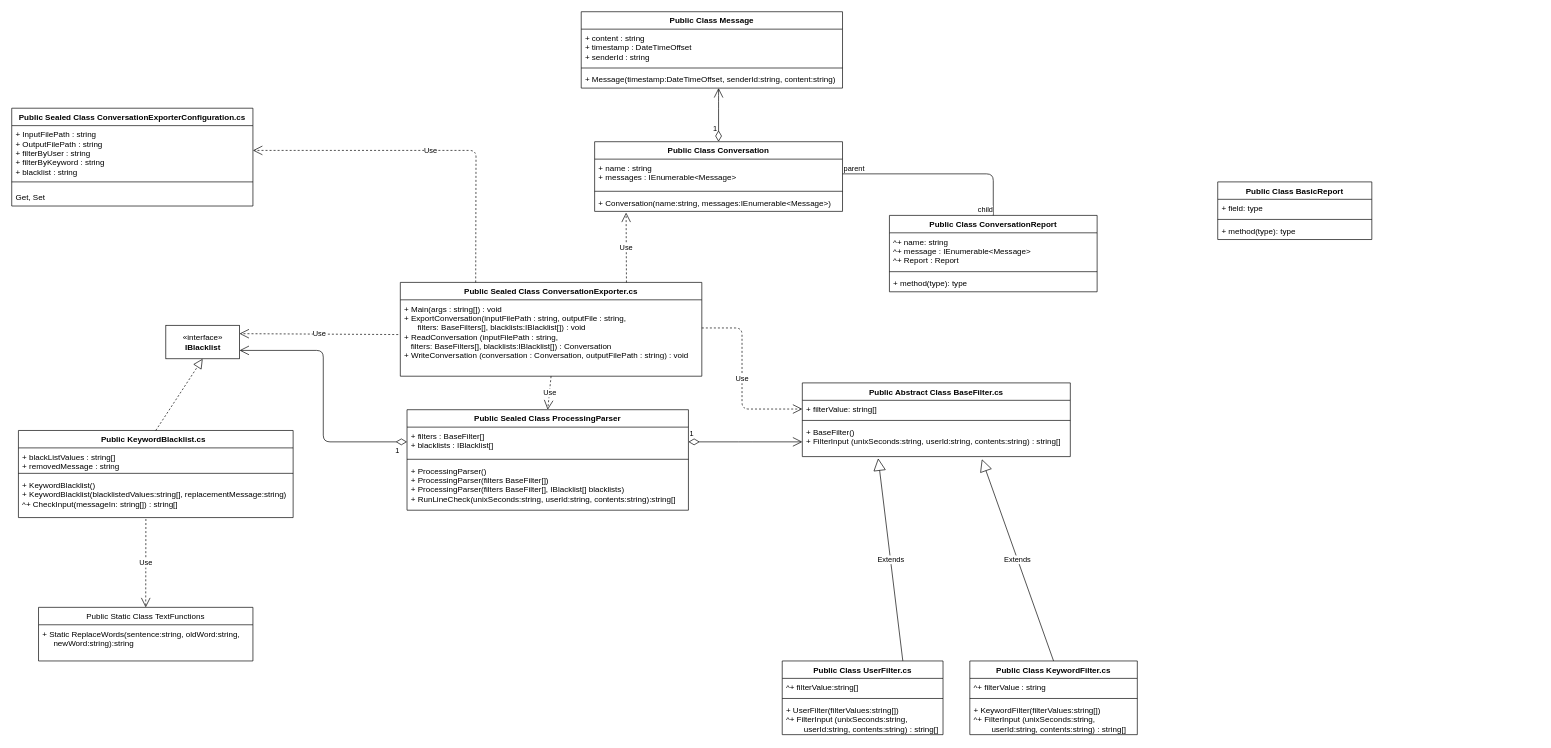
Before: MyChat UML.drawio in mindlink/my-chat-dotnet, a draw.io diagram. Source tidied: cells renumbered, new cells numbered last; positions are measured from the earlier drawing's top-left corner, leaving out a move shared by most shapes. Both pictures are drawn from the tidied source at 67%, with x=0, y=0 at pixel (11, 11).
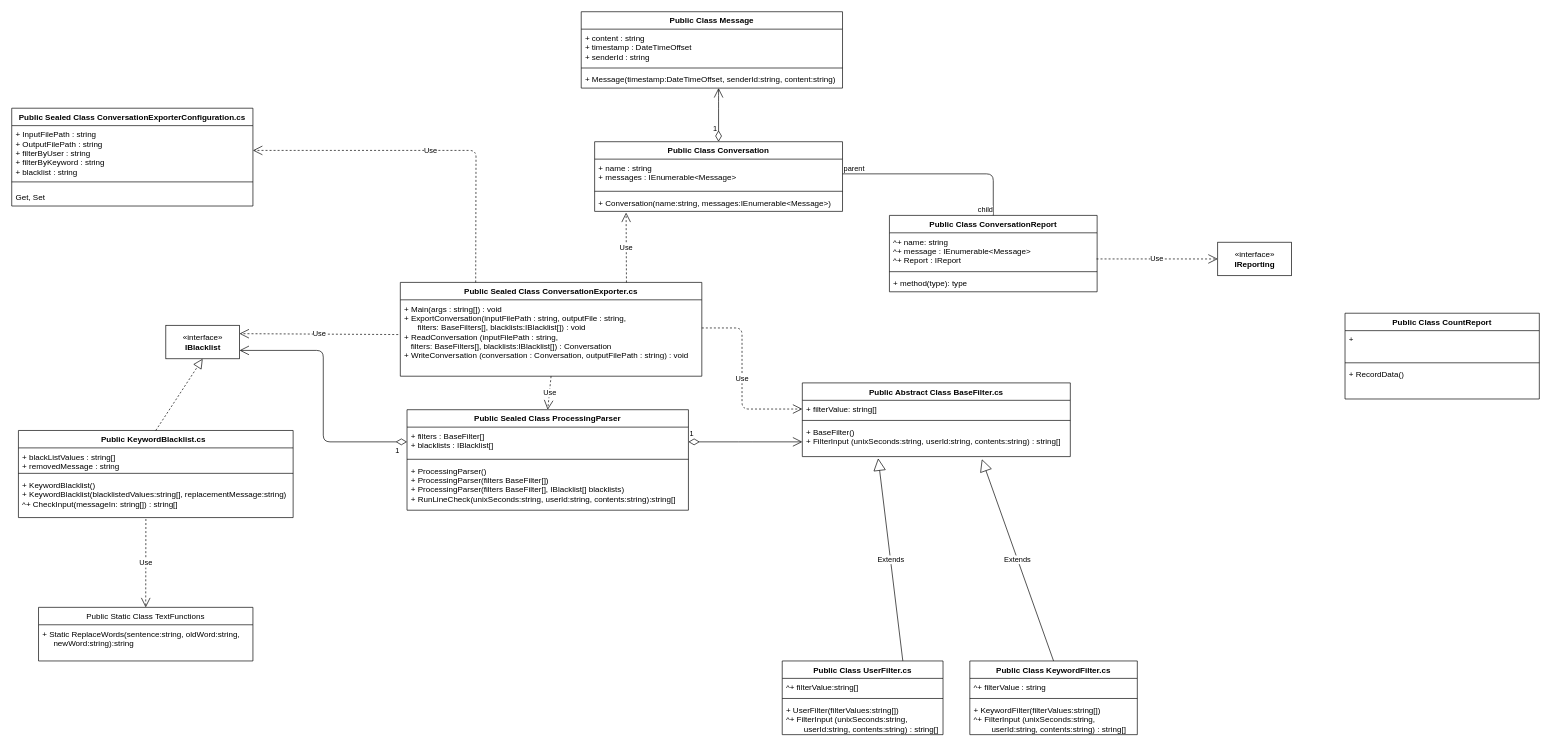
The same page after the edit.

Unchanged cells that the change refers to:
```xml
<mxCell id="42" value="Public Class ConversationReport" style="swimlane;fontStyle=1;align=center;verticalAlign=top;horizontal=1;startSize=26;" parent="1" vertex="1">
  <mxGeometry x="1310" y="304" width="310" height="114" as="geometry" />
</mxCell>
```

Diff of the diagram source:
```diff
@@
-    <mxCell id="43" value="^+ name: string&#10;^+ message : IEnumerable&lt;Message&gt;&#10;^+ Report : Report" style="text;strokeColor=none;fillColor=none;align=left;verticalAlign=top;spacingLeft=4;spacingRight=4;overflow=hidden;points=[[0,0.5],[1,0.5]];portConstraint=eastwest;" parent="42" vertex="1">
+    <mxCell id="43" value="^+ name: string&#10;^+ message : IEnumerable&lt;Message&gt;&#10;^+ Report : IReport" style="text;strokeColor=none;fillColor=none;align=left;verticalAlign=top;spacingLeft=4;spacingRight=4;overflow=hidden;points=[[0,0.5],[1,0.5]];portConstraint=eastwest;" parent="42" vertex="1">
       <mxGeometry y="26" width="310" height="54" as="geometry" />
     </mxCell>
@@
-    <mxCell id="58" value="Public Class BasicReport" style="swimlane;fontStyle=1;align=center;verticalAlign=top;horizontal=1;startSize=26;" parent="1" vertex="1">
-      <mxGeometry x="1800" y="254" width="230" height="86" as="geometry" />
+    <mxCell id="58" value="Public Class CountReport" style="swimlane;fontStyle=1;align=center;verticalAlign=top;horizontal=1;startSize=26;" parent="1" vertex="1">
+      <mxGeometry x="1990" y="450" width="290" height="128" as="geometry" />
     </mxCell>
-    <mxCell id="59" value="+ field: type" style="text;strokeColor=none;fillColor=none;align=left;verticalAlign=top;spacingLeft=4;spacingRight=4;overflow=hidden;" parent="58" vertex="1">
-      <mxGeometry y="26" width="230" height="26" as="geometry" />
+    <mxCell id="59" value="+" style="text;strokeColor=none;fillColor=none;align=left;verticalAlign=top;spacingLeft=4;spacingRight=4;overflow=hidden;" parent="58" vertex="1">
+      <mxGeometry y="26" width="290" height="44" as="geometry" />
     </mxCell>
     <mxCell id="60" style="line;strokeWidth=1;fillColor=none;align=left;verticalAlign=middle;spacingTop=-1;spacingLeft=3;spacingRight=3;labelPosition=right;" parent="58" vertex="1">
-      <mxGeometry y="52" width="230" height="8" as="geometry" />
+      <mxGeometry y="70" width="290" height="8" as="geometry" />
     </mxCell>
-    <mxCell id="61" value="+ method(type): type" style="text;strokeColor=none;fillColor=none;align=left;verticalAlign=top;spacingLeft=4;spacingRight=4;overflow=hidden;" parent="58" vertex="1">
-      <mxGeometry y="60" width="230" height="26" as="geometry" />
+    <mxCell id="61" value="+ RecordData()" style="text;strokeColor=none;fillColor=none;align=left;verticalAlign=top;spacingLeft=4;spacingRight=4;overflow=hidden;" parent="58" vertex="1">
+      <mxGeometry y="78" width="290" height="50" as="geometry" />
     </mxCell>
+    <mxCell id="62" value="«interface»&lt;br&gt;&lt;b&gt;IReporting&lt;/b&gt;" style="html=1;" parent="1" vertex="1">
+      <mxGeometry x="1800" y="344" width="110" height="50" as="geometry" />
+    </mxCell>
+    <mxCell id="63" value="Use" style="endArrow=open;endSize=12;dashed=1;html=1;exitX=0.997;exitY=0.722;exitDx=0;exitDy=0;entryX=0;entryY=0.5;entryDx=0;entryDy=0;exitPerimeter=0;" parent="1" edge="1" source="43" target="62">
+      <mxGeometry relative="1" as="geometry" />
+    </mxCell>
```
